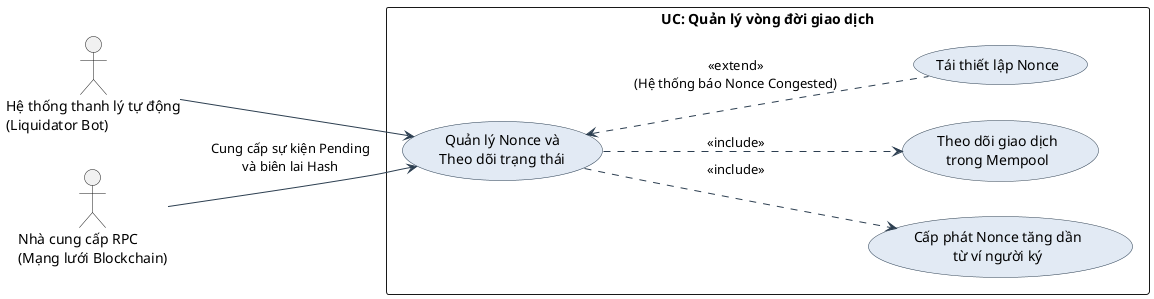
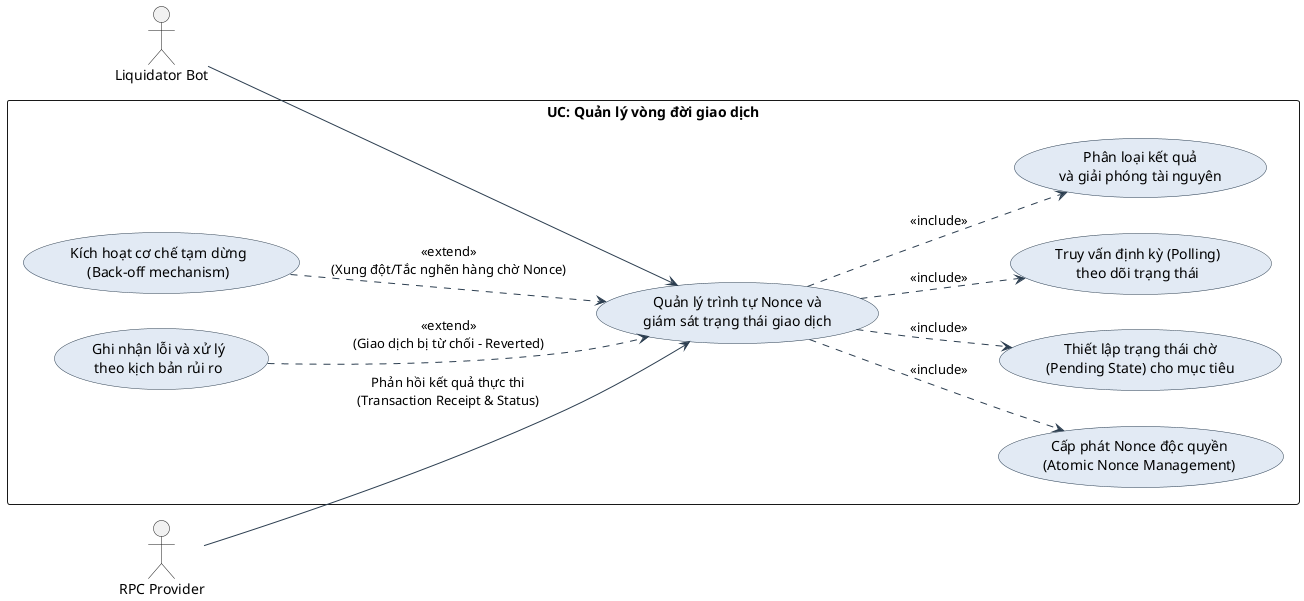
@startuml
skinparam packageStyle rectangle
skinparam backgroundColor #FFFFFF
skinparam usecase {
    BackgroundColor #E2EAF4
    BorderColor #2C3E50
    ArrowColor #2C3E50
    FontName Arial
}

left to right direction

- actor "Hệ thống thanh lý tự động\n(Liquidator Bot)" as Bot
- actor "Nhà cung cấp RPC\n(Mạng lưới Blockchain)" as RPC
+ actor "Liquidator Bot" as Bot
+ actor "RPC Provider" as RPC

rectangle "UC: Quản lý vòng đời giao dịch" {

-     usecase "Quản lý Nonce và\nTheo dõi trạng thái" as UC10
+     usecase "Quản lý trình tự Nonce và\ngiám sát trạng thái giao dịch" as UC10

-     usecase "Cấp phát Nonce tăng dần\ntừ ví người ký" as Sub1
-     usecase "Theo dõi giao dịch\ntrong Mempool" as Sub2
+     usecase "Cấp phát Nonce độc quyền\n(Atomic Nonce Management)" as Sub1
+     usecase "Thiết lập trạng thái chờ\n(Pending State) cho mục tiêu" as Sub2
+     usecase "Truy vấn định kỳ (Polling)\ntheo dõi trạng thái" as Sub3
+     usecase "Phân loại kết quả\nvà giải phóng tài nguyên" as Sub4

-     usecase "Tái thiết lập Nonce" as Ext1
+     usecase "Kích hoạt cơ chế tạm dừng\n(Back-off mechanism)" as Ext1
+     usecase "Ghi nhận lỗi và xử lý\ntheo kịch bản rủi ro" as Ext2
}

Bot --> UC10
- RPC --> UC10 : "Cung cấp sự kiện Pending\nvà biên lai Hash"
+ RPC --> UC10 : "Phản hồi kết quả thực thi\n(Transaction Receipt & Status)"

- ' Gắn chặt để giao dịch ko bị đụng độ nonce và biết đc kết quả
+ ' Các luồng sự kiện chính
UC10 ..> Sub1 : <<include>>
UC10 ..> Sub2 : <<include>>
+ UC10 ..> Sub3 : <<include>>
+ UC10 ..> Sub4 : <<include>>

- ' Mở rộng nếu kẹt mempool hoặc transaction underpriced
- Ext1 .up.> UC10 : <<extend>>\n(Hệ thống báo Nonce Congested)
+ ' Các luồng ngoại lệ / thay thế
+ Ext1 .down.> UC10 : <<extend>>\n(Xung đột/Tắc nghẽn hàng chờ Nonce)
+ Ext2 .down.> UC10 : <<extend>>\n(Giao dịch bị từ chối - Reverted)

@enduml